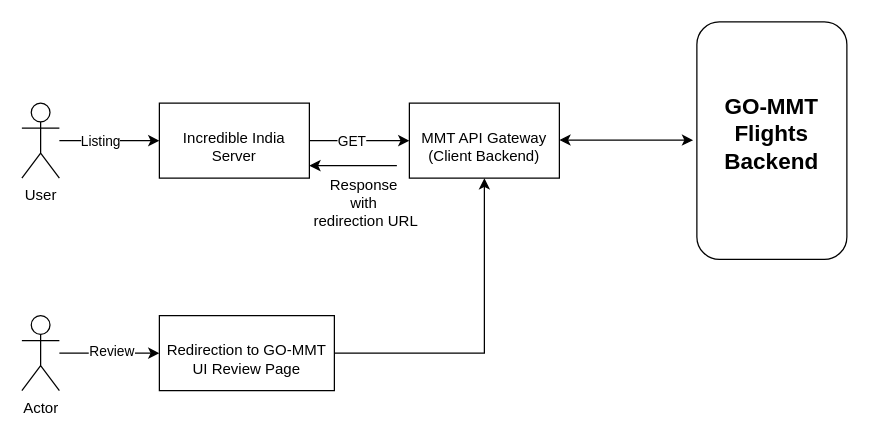
Earlier version of the draw.io diagram GOI-Integration.drawio (ravi-jain/system-design). Source tidied: cells renumbered, new cells numbered last; positions are measured from the earlier drawing's top-left corner, leaving out a move shared by most shapes. Both pictures are drawn from the tidied source at 125%, with x=0, y=0 at pixel (21, 21).
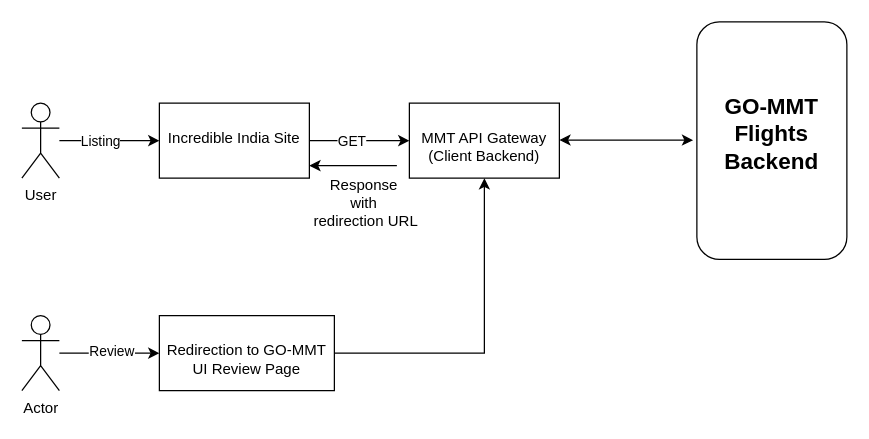
The same diagram, later.

Change to the diagram source:
```diff
@@
-    <mxCell id="7" value="&lt;div style=&quot;&quot;&gt;&lt;span style=&quot;background-color: initial;&quot;&gt;&lt;br&gt;&lt;/span&gt;&lt;/div&gt;&lt;div style=&quot;&quot;&gt;&lt;span style=&quot;background-color: initial;&quot;&gt;Incredible India Server&lt;/span&gt;&lt;/div&gt;" style="whiteSpace=wrap;html=1;verticalAlign=top;align=center;" parent="1" vertex="1">
+    <mxCell id="7" value="&lt;div style=&quot;&quot;&gt;&lt;span style=&quot;background-color: initial;&quot;&gt;&lt;br&gt;&lt;/span&gt;&lt;/div&gt;&lt;div style=&quot;&quot;&gt;&lt;span style=&quot;background-color: initial;&quot;&gt;Incredible India Site&lt;/span&gt;&lt;/div&gt;" style="whiteSpace=wrap;html=1;verticalAlign=top;align=center;" parent="1" vertex="1">
       <mxGeometry x="110" y="65" width="120" height="60" as="geometry" />
     </mxCell>
```
